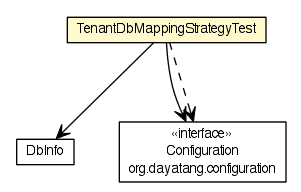
Before: testapidocs/org/dayatang/datasource4saas/dscreator/TenantDbMappingStrategyTest.png, a diagram exported from Graphviz (dayatang/dddlib). Its source is kept beside it as testapidocs/org/dayatang/datasource4saas/dscreator/TenantDbMappingStrategyTest.dot.
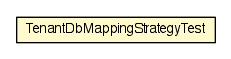
Above is the later version.

Diff of the diagram source:
```diff
@@ -4,24 +4,9 @@
 	node [fontname="Helvetica",fontsize=10,shape=plaintext];
 	nodesep=0.25;
 	ranksep=0.5;
-	c45104 [label=<<table title="org.dayatang.datasource4saas.dscreator.TenantDbMappingStrategyTest" border="0" cellborder="1" cellspacing="0" cellpadding="2" port="p" bgcolor="lemonChiffon" href="./TenantDbMappingStrategyTest.html">
+	c44675 [label=<<table title="org.dayatang.datasource4saas.dscreator.TenantDbMappingStrategyTest" border="0" cellborder="1" cellspacing="0" cellpadding="2" port="p" bgcolor="lemonChiffon" href="./TenantDbMappingStrategyTest.html">
 		<tr><td><table border="0" cellspacing="0" cellpadding="1">
 <tr><td align="center" balign="center"> TenantDbMappingStrategyTest </td></tr>
 		</table></td></tr>
 		</table>>, URL="./TenantDbMappingStrategyTest.html", fontname="Helvetica", fontcolor="black", fontsize=10.0];
-	c45104:p -> c45130:p [taillabel="", label=" "headlabel="", fontname="Helvetica", fontcolor="black", fontsize=10.0, color="black", arrowhead=open];
-	c45104:p -> c45131:p [taillabel="", label=" "headlabel="", fontname="Helvetica", fontcolor="black", fontsize=10.0, color="black", arrowhead=open];
-	c45104:p -> c45131:p [taillabel="", label=" "headlabel="", fontname="Helvetica", fontcolor="black", fontsize=10.0, color="black", arrowhead=open, style=dashed];
-	c45130 [label=<<table title="org.dayatang.datasource4saas.dscreator.DbInfo" border="0" cellborder="1" cellspacing="0" cellpadding="2" port="p" href="http://java.sun.com/j2se/1.4.2/docs/api/org/dayatang/datasource4saas/dscreator/DbInfo.html">
-		<tr><td><table border="0" cellspacing="0" cellpadding="1">
-<tr><td align="center" balign="center"> DbInfo </td></tr>
-		</table></td></tr>
-		</table>>, URL="http://java.sun.com/j2se/1.4.2/docs/api/org/dayatang/datasource4saas/dscreator/DbInfo.html", fontname="Helvetica", fontcolor="black", fontsize=10.0];
-	c45131 [label=<<table title="org.dayatang.configuration.Configuration" border="0" cellborder="1" cellspacing="0" cellpadding="2" port="p" href="http://java.sun.com/j2se/1.4.2/docs/api/org/dayatang/configuration/Configuration.html">
-		<tr><td><table border="0" cellspacing="0" cellpadding="1">
-<tr><td align="center" balign="center"> &#171;interface&#187; </td></tr>
-<tr><td align="center" balign="center"> Configuration </td></tr>
-<tr><td align="center" balign="center"> org.dayatang.configuration </td></tr>
-		</table></td></tr>
-		</table>>, URL="http://java.sun.com/j2se/1.4.2/docs/api/org/dayatang/configuration/Configuration.html", fontname="Helvetica", fontcolor="black", fontsize=10.0];
 }
```
